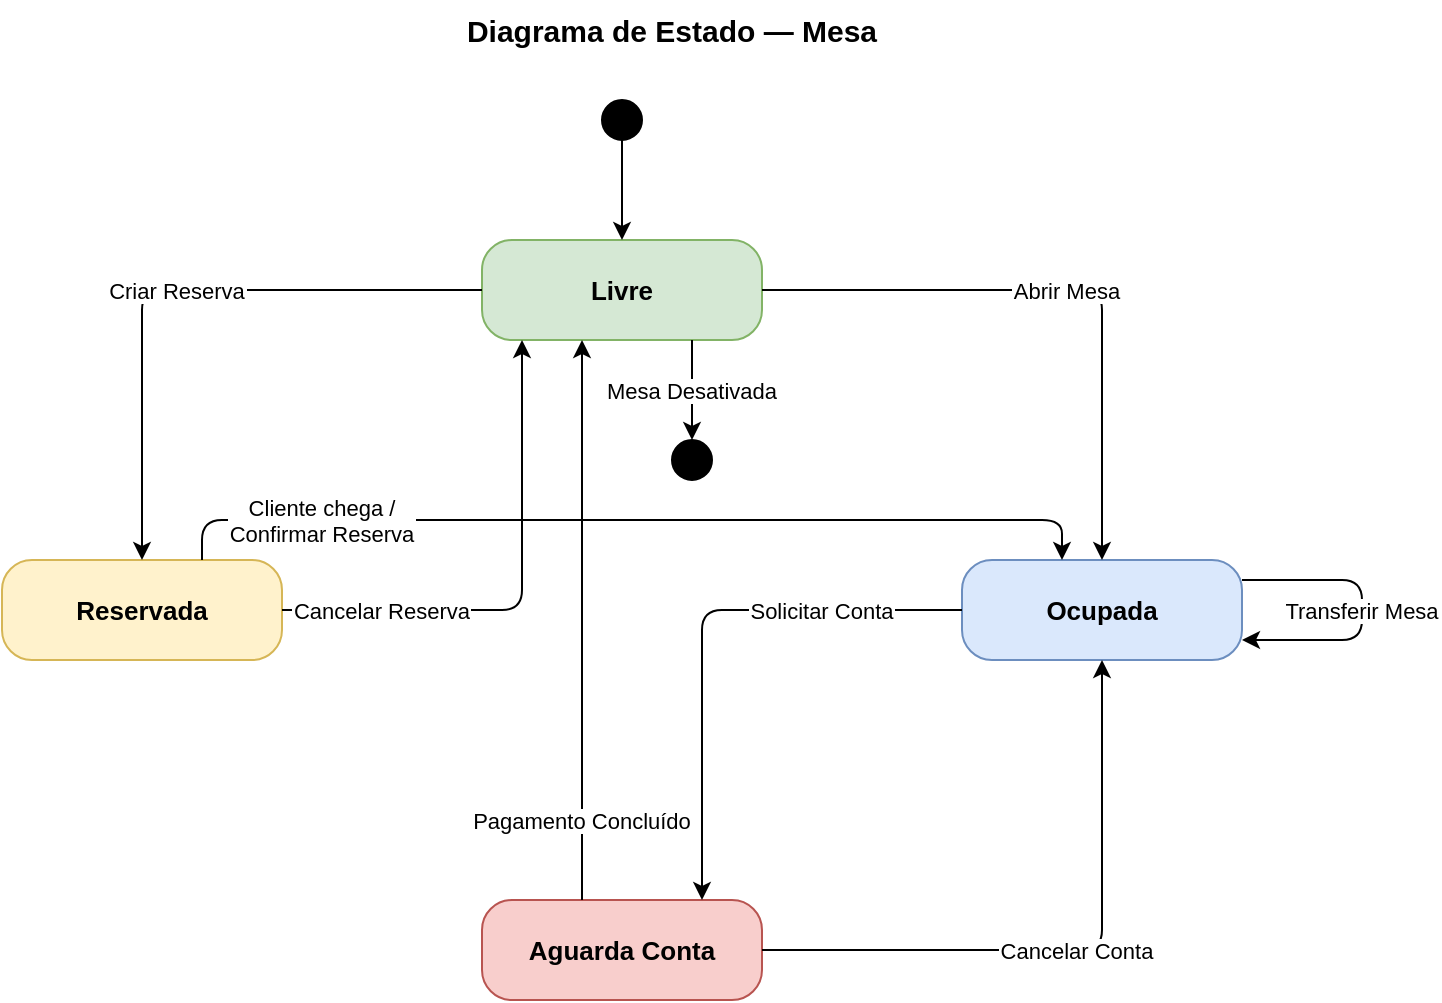
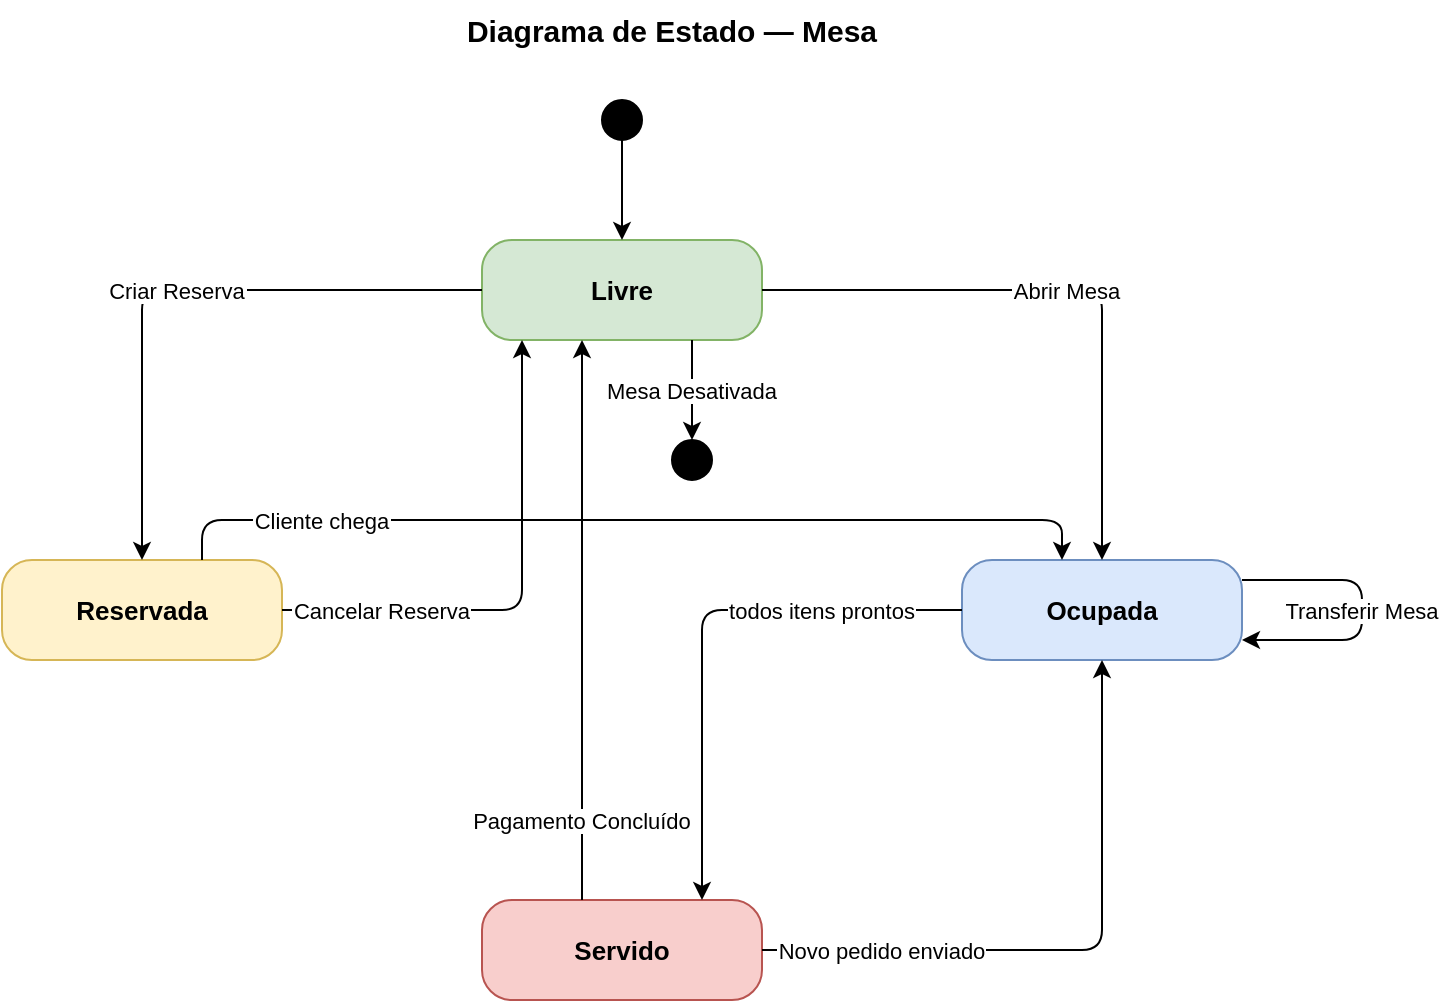
<mxfile host="Electron">
  <diagram id="eJkR1MlmNVRuff6quzkh" name="Page-1">
-     <mxGraphModel dx="1030" dy="634" grid="1" gridSize="10" guides="1" tooltips="1" connect="1" arrows="1" fold="1" page="1" pageScale="1" pageWidth="850" pageHeight="700" math="0" shadow="0">
+     <mxGraphModel dx="728" dy="884" grid="1" gridSize="10" guides="1" tooltips="1" connect="1" arrows="1" fold="1" page="1" pageScale="1" pageWidth="850" pageHeight="700" math="0" shadow="0">
      <root>
        <mxCell id="0" />
        <mxCell id="1" parent="0" />
        <mxCell id="t1" parent="1" style="text;html=1;strokeColor=none;fillColor=none;align=center;verticalAlign=middle;whiteSpace=wrap;fontSize=15;fontStyle=1;" value="Diagrama de Estado — Mesa" vertex="1">
          <mxGeometry height="30" width="350" x="250" y="10" as="geometry" />
        </mxCell>
        <mxCell id="init" parent="1" style="ellipse;aspect=fixed;fillColor=#000000;strokeColor=#000000;" value="" vertex="1">
          <mxGeometry height="20" width="20" x="390" y="60" as="geometry" />
        </mxCell>
        <mxCell id="livre" parent="1" style="rounded=1;whiteSpace=wrap;html=1;arcSize=30;fillColor=#d5e8d4;strokeColor=#82b366;fontSize=13;" value="&lt;b&gt;Livre&lt;/b&gt;" vertex="1">
          <mxGeometry height="50" width="140" x="330" y="130" as="geometry" />
        </mxCell>
        <mxCell id="reservada" parent="1" style="rounded=1;whiteSpace=wrap;html=1;arcSize=30;fillColor=#fff2cc;strokeColor=#d6b656;fontSize=13;" value="&lt;b&gt;Reservada&lt;/b&gt;" vertex="1">
          <mxGeometry height="50" width="140" x="90" y="290" as="geometry" />
        </mxCell>
        <mxCell id="ocupada" parent="1" style="rounded=1;whiteSpace=wrap;html=1;arcSize=30;fillColor=#dae8fc;strokeColor=#6c8ebf;fontSize=13;" value="&lt;b&gt;Ocupada&lt;/b&gt;" vertex="1">
          <mxGeometry height="50" width="140" x="570" y="290" as="geometry" />
        </mxCell>
-         <mxCell id="aguarda" parent="1" style="rounded=1;whiteSpace=wrap;html=1;arcSize=30;fillColor=#f8cecc;strokeColor=#b85450;fontSize=13;" value="&lt;b&gt;Aguarda Conta&lt;/b&gt;" vertex="1">
+         <mxCell id="aguarda" parent="1" style="rounded=1;whiteSpace=wrap;html=1;arcSize=30;fillColor=#f8cecc;strokeColor=#b85450;fontSize=13;" value="&lt;b&gt;Servido&lt;/b&gt;" vertex="1">
          <mxGeometry height="50" width="140" x="330" y="460" as="geometry" />
        </mxCell>
        <mxCell id="fin" parent="1" style="ellipse;aspect=fixed;fillColor=#000000;strokeColor=#000000;shape=doubleEllipse;" value="" vertex="1">
          <mxGeometry height="20" width="20" x="425" y="230" as="geometry" />
        </mxCell>
        <mxCell id="e0" edge="1" parent="1" source="init" target="livre">
          <mxGeometry relative="1" as="geometry" />
        </mxCell>
        <mxCell id="e1" edge="1" parent="1" source="livre" style="edgeStyle=orthogonalEdgeStyle;" target="reservada" value="Criar Reserva">
          <mxGeometry relative="1" as="geometry" />
        </mxCell>
        <mxCell id="e2" edge="1" parent="1" source="reservada" style="edgeStyle=orthogonalEdgeStyle;" target="livre" value="Cancelar Reserva">
          <mxGeometry relative="1" x="-0.6066" as="geometry">
            <mxPoint as="offset" />
            <Array as="points">
              <mxPoint x="350" y="315" />
            </Array>
          </mxGeometry>
        </mxCell>
        <mxCell id="e3" edge="1" parent="1" source="livre" style="edgeStyle=orthogonalEdgeStyle;" target="ocupada" value="Abrir Mesa">
          <mxGeometry relative="1" as="geometry" />
        </mxCell>
-         <mxCell id="e4" edge="1" parent="1" source="reservada" style="edgeStyle=orthogonalEdgeStyle;" target="ocupada" value="Cliente chega /&#xa;Confirmar Reserva">
+         <mxCell id="e4" edge="1" parent="1" source="reservada" style="edgeStyle=orthogonalEdgeStyle;" target="ocupada" value="Cliente chega">
          <mxGeometry relative="1" x="-0.6595" as="geometry">
            <mxPoint as="offset" />
            <Array as="points">
              <mxPoint x="190" y="270" />
              <mxPoint x="620" y="270" />
            </Array>
          </mxGeometry>
        </mxCell>
        <mxCell id="e5" edge="1" parent="1" source="ocupada" style="edgeStyle=orthogonalEdgeStyle;" target="ocupada" value="Transferir Mesa">
          <mxGeometry relative="1" as="geometry">
            <Array as="points">
              <mxPoint x="770" y="330" />
            </Array>
          </mxGeometry>
        </mxCell>
-         <mxCell id="e6" edge="1" parent="1" source="ocupada" style="edgeStyle=orthogonalEdgeStyle;" target="aguarda" value="Solicitar Conta">
+         <mxCell id="e6" edge="1" parent="1" source="ocupada" style="edgeStyle=orthogonalEdgeStyle;" target="aguarda" value="todos itens prontos">
          <mxGeometry relative="1" x="-0.4921" as="geometry">
            <mxPoint as="offset" />
            <Array as="points">
              <mxPoint x="440" y="315" />
            </Array>
          </mxGeometry>
        </mxCell>
-         <mxCell id="e7" edge="1" parent="1" source="aguarda" style="edgeStyle=orthogonalEdgeStyle;" target="ocupada" value="Cancelar Conta">
-           <mxGeometry relative="1" as="geometry" />
+         <mxCell id="e7" edge="1" parent="1" source="aguarda" style="edgeStyle=orthogonalEdgeStyle;" target="ocupada" value="Novo pedido enviado">
+           <mxGeometry relative="1" x="-0.6191" as="geometry">
+             <mxPoint as="offset" />
+           </mxGeometry>
        </mxCell>
        <mxCell id="e8" edge="1" parent="1" source="aguarda" style="edgeStyle=orthogonalEdgeStyle;" target="livre" value="Pagamento Concluído">
          <mxGeometry relative="1" x="-0.7143" as="geometry">
            <mxPoint as="offset" />
            <Array as="points">
              <mxPoint x="380" y="320" />
              <mxPoint x="380" y="320" />
            </Array>
          </mxGeometry>
        </mxCell>
        <mxCell id="e9" edge="1" parent="1" source="livre" style="edgeStyle=orthogonalEdgeStyle;exitX=0.75;exitY=1;exitDx=0;exitDy=0;" target="fin" value="Mesa Desativada">
          <mxGeometry relative="1" as="geometry" />
        </mxCell>
      </root>
    </mxGraphModel>
  </diagram>
</mxfile>
